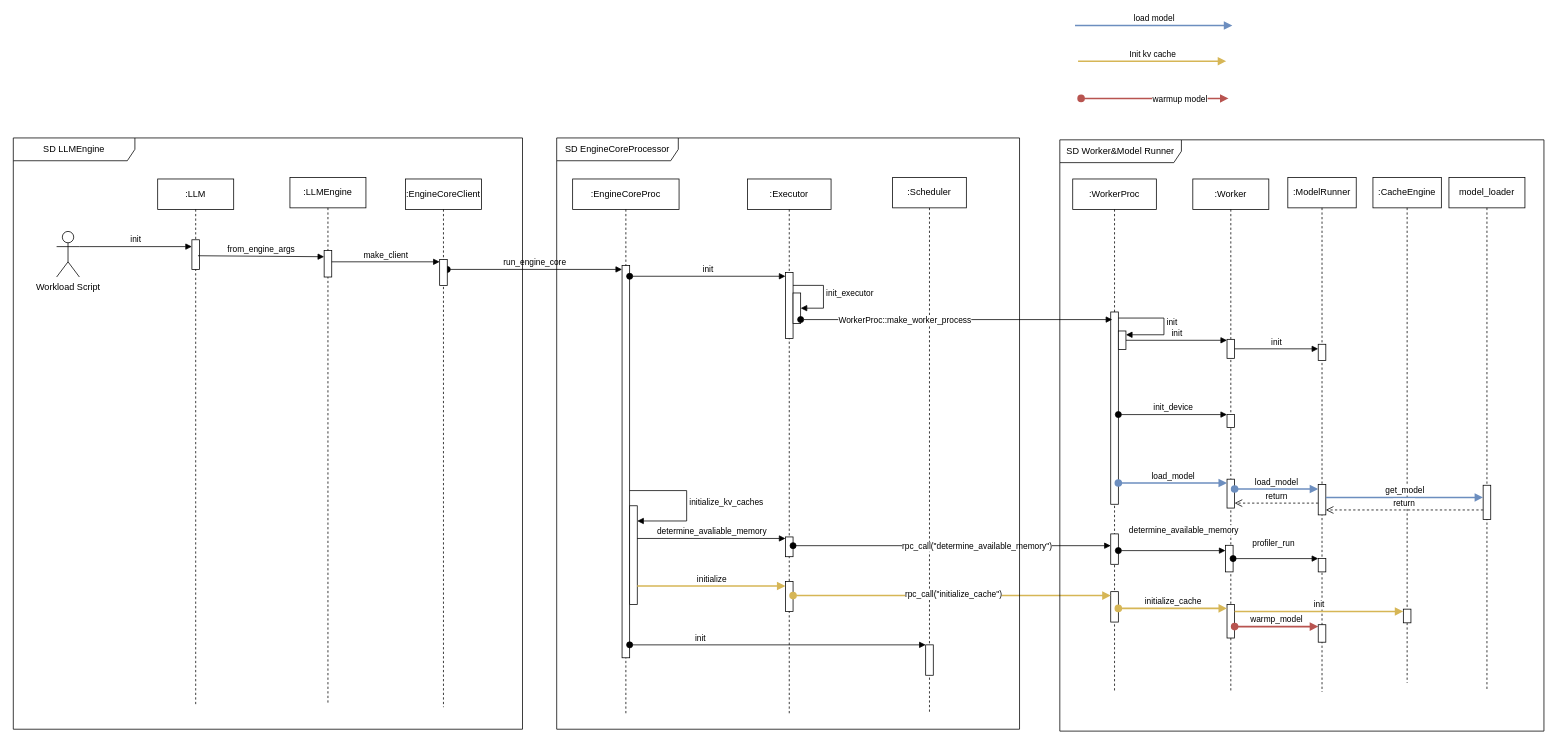
The draw.io diagram page "LLM.init" (2 of 10) of vllm/engine/vllm.drawio in chaojun-zhang/vllm, before the edit. Source tidied: cells renumbered, new cells numbered last; positions are measured from the earlier drawing's top-left corner, leaving out a move shared by most shapes. Both pictures are drawn from the tidied source at 76%, with x=0, y=0 at pixel (13, 25).
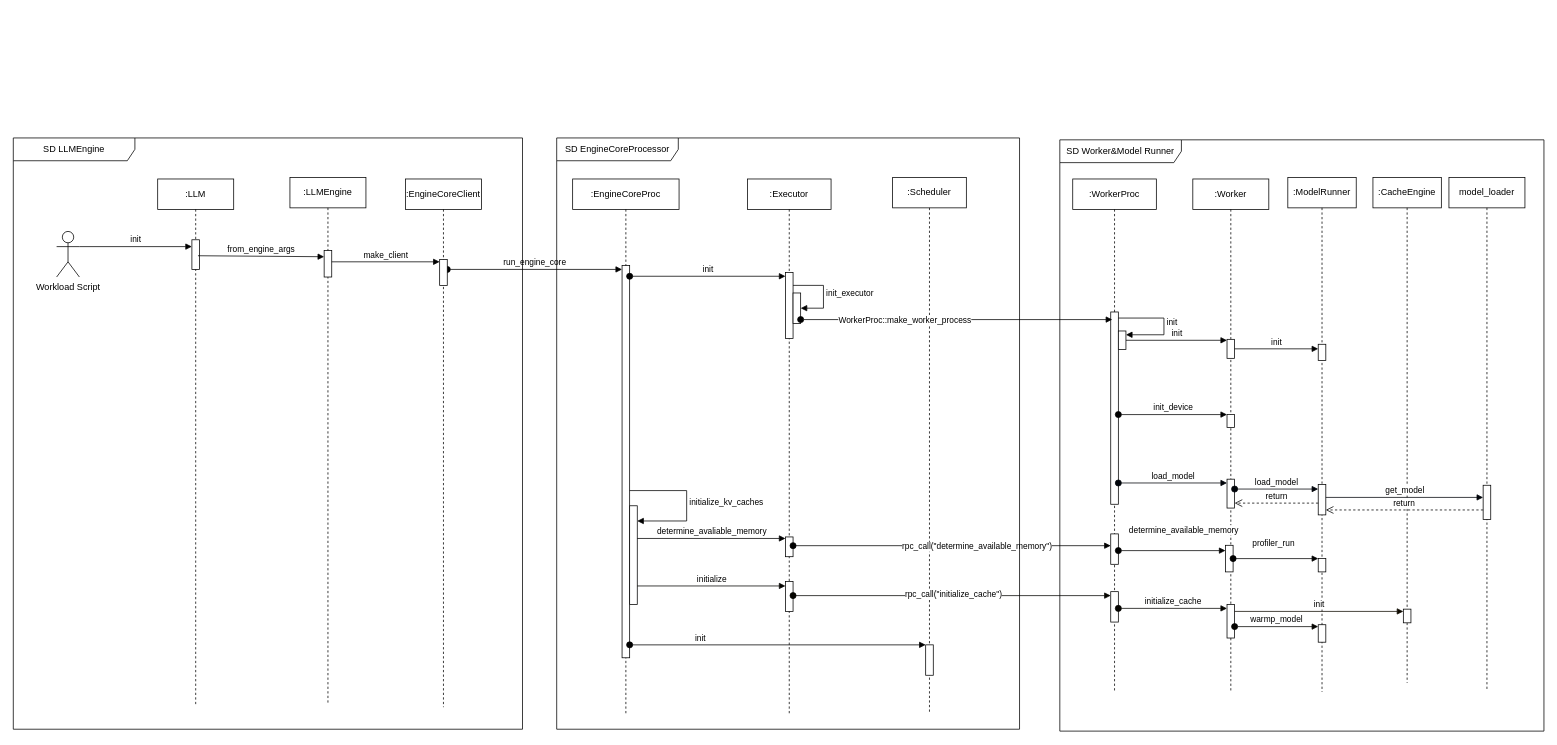
The same diagram, later.

The change refers to these unchanged cells:
```xml
<mxCell id="18" style="html=1;points=[[0,0,0,0,5],[0,1,0,0,-5],[1,0,0,0,5],[1,1,0,0,-5]];perimeter=orthogonalPerimeter;outlineConnect=0;targetShapes=umlLifeline;portConstraint=eastwest;newEdgeStyle={&quot;curved&quot;:0,&quot;rounded&quot;:0};" parent="17" vertex="1">
  <mxGeometry x="50" y="175" width="10" height="253" as="geometry" />
</mxCell>
<mxCell id="20" style="html=1;points=[[0,0,0,0,5],[0,1,0,0,-5],[1,0,0,0,5],[1,1,0,0,-5]];perimeter=orthogonalPerimeter;outlineConnect=0;targetShapes=umlLifeline;portConstraint=eastwest;newEdgeStyle={&quot;curved&quot;:0,&quot;rounded&quot;:0};" parent="17" vertex="1">
  <mxGeometry x="50" y="467" width="10" height="40" as="geometry" />
</mxCell>
<mxCell id="22" style="html=1;points=[[0,0,0,0,5],[0,1,0,0,-5],[1,0,0,0,5],[1,1,0,0,-5]];perimeter=orthogonalPerimeter;outlineConnect=0;targetShapes=umlLifeline;portConstraint=eastwest;newEdgeStyle={&quot;curved&quot;:0,&quot;rounded&quot;:0};" parent="21" vertex="1">
  <mxGeometry x="45" y="211" width="10" height="25" as="geometry" />
</mxCell>
<mxCell id="24" style="html=1;points=[[0,0,0,0,5],[0,1,0,0,-5],[1,0,0,0,5],[1,1,0,0,-5]];perimeter=orthogonalPerimeter;outlineConnect=0;targetShapes=umlLifeline;portConstraint=eastwest;newEdgeStyle={&quot;curved&quot;:0,&quot;rounded&quot;:0};" parent="21" vertex="1">
  <mxGeometry x="45" y="395" width="10" height="38" as="geometry" />
</mxCell>
<mxCell id="30" style="html=1;points=[[0,0,0,0,5],[0,1,0,0,-5],[1,0,0,0,5],[1,1,0,0,-5]];perimeter=orthogonalPerimeter;outlineConnect=0;targetShapes=umlLifeline;portConstraint=eastwest;newEdgeStyle={&quot;curved&quot;:0,&quot;rounded&quot;:0};" parent="29" vertex="1">
  <mxGeometry x="40" y="219.5" width="10" height="21.5" as="geometry" />
</mxCell>
<mxCell id="68" value="SD Worker&amp;amp;Model Runner" style="shape=umlFrame;whiteSpace=wrap;html=1;width=160;" parent="1" vertex="1">
  <mxGeometry x="1377" y="150.5" width="637" height="778" as="geometry" />
</mxCell>
```

What changed in the source:
```diff
@@
-    <mxCell id="32" value="init" style="html=1;verticalAlign=bottom;endArrow=block;curved=0;rounded=0;" parent="1" edge="1" source="22" target="30">
+    <mxCell id="32" value="init" style="html=1;verticalAlign=bottom;endArrow=block;curved=0;rounded=0;strokeWidth=1;" parent="1" edge="1" source="22" target="30">
       <mxGeometry relative="1" as="geometry" />
     </mxCell>
@@
-    <mxCell id="36" value="load_model" style="html=1;verticalAlign=bottom;startArrow=oval;endArrow=block;startSize=8;curved=0;rounded=0;entryX=0;entryY=0;entryDx=0;entryDy=5;fillColor=#dae8fc;strokeColor=#6c8ebf;strokeWidth=2;" parent="1" edge="1" source="18" target="24">
+    <mxCell id="36" value="load_model" style="html=1;verticalAlign=bottom;startArrow=oval;endArrow=block;startSize=8;curved=0;rounded=0;entryX=0;entryY=0;entryDx=0;entryDy=5;fillColor=#dae8fc;strokeColor=light-dark(#00040a, #5c79a3);strokeWidth=1;" parent="1" edge="1" source="18" target="24">
       <mxGeometry relative="1" as="geometry" />
     </mxCell>
-    <mxCell id="37" value="load_model" style="html=1;verticalAlign=bottom;startArrow=oval;endArrow=block;startSize=8;curved=0;rounded=0;fillColor=#dae8fc;strokeColor=#6c8ebf;strokeWidth=2;" parent="1" edge="1">
+    <mxCell id="37" value="load_model" style="html=1;verticalAlign=bottom;startArrow=oval;endArrow=block;startSize=8;curved=0;rounded=0;fillColor=#dae8fc;strokeColor=light-dark(#00040a, #5c79a3);strokeWidth=1;" parent="1" edge="1">
       <mxGeometry relative="1" as="geometry">
         <mxPoint x="1607" y="610" as="sourcePoint" />
         <mxPoint x="1717" y="610" as="targetPoint" />
       </mxGeometry>
     </mxCell>
@@
-    <mxCell id="40" value="get_model" style="html=1;verticalAlign=bottom;endArrow=block;curved=0;rounded=0;fillColor=#dae8fc;strokeColor=#6c8ebf;strokeWidth=2;" parent="1" edge="1">
+    <mxCell id="40" value="get_model" style="html=1;verticalAlign=bottom;endArrow=block;curved=0;rounded=0;fillColor=#dae8fc;strokeColor=light-dark(#00040a, #5c79a3);strokeWidth=1;" parent="1" edge="1">
       <mxGeometry relative="1" as="geometry">
         <mxPoint x="1727" y="621" as="sourcePoint" />
         <mxPoint x="1934" y="621" as="targetPoint" />
       </mxGeometry>
     </mxCell>
-    <mxCell id="41" style="html=1;verticalAlign=bottom;startArrow=oval;endArrow=block;startSize=8;curved=0;rounded=0;fillColor=#fff2cc;strokeColor=#d6b656;strokeWidth=2;" parent="1" edge="1">
+    <mxCell id="41" style="html=1;verticalAlign=bottom;startArrow=oval;endArrow=block;startSize=8;curved=0;rounded=0;fillColor=#fff2cc;strokeColor=light-dark(#050400, #6d5100);strokeWidth=1;" parent="1" edge="1">
       <mxGeometry x="23" y="295" as="geometry">
         <mxPoint x="1026" y="750.2" as="sourcePoint" />
         <mxPoint x="1444" y="750.2" as="targetPoint" />
       </mxGeometry>
     </mxCell>
@@
-    <mxCell id="43" value="initialize_cache" style="html=1;verticalAlign=bottom;startArrow=oval;endArrow=block;startSize=8;curved=0;rounded=0;entryX=0;entryY=0;entryDx=0;entryDy=5;fillColor=#fff2cc;strokeColor=#d6b656;strokeWidth=2;" parent="1" edge="1">
+    <mxCell id="43" value="initialize_cache" style="html=1;verticalAlign=bottom;startArrow=oval;endArrow=block;startSize=8;curved=0;rounded=0;entryX=0;entryY=0;entryDx=0;entryDy=5;fillColor=#fff2cc;strokeColor=light-dark(#050400, #6d5100);strokeWidth=1;" parent="1" edge="1">
       <mxGeometry relative="1" as="geometry">
         <mxPoint x="1454" y="767" as="sourcePoint" />
         <mxPoint x="1597" y="767" as="targetPoint" />
       </mxGeometry>
     </mxCell>
@@
-    <mxCell id="45" value="initialize" style="html=1;verticalAlign=bottom;endArrow=block;curved=0;rounded=0;entryX=0;entryY=0;entryDx=0;entryDy=5;entryPerimeter=0;fillColor=#fff2cc;strokeColor=#d6b656;strokeWidth=2;" parent="1" edge="1">
+    <mxCell id="45" value="initialize" style="html=1;verticalAlign=bottom;endArrow=block;curved=0;rounded=0;entryX=0;entryY=0;entryDx=0;entryDy=5;entryPerimeter=0;fillColor=#fff2cc;strokeColor=light-dark(#050400, #6d5100);strokeWidth=1;" parent="1" edge="1">
       <mxGeometry relative="1" as="geometry">
         <mxPoint x="821" y="737.5" as="sourcePoint" />
         <mxPoint x="1016" y="737.5" as="targetPoint" />
       </mxGeometry>
     </mxCell>
-    <mxCell id="46" style="html=1;verticalAlign=bottom;startArrow=oval;endArrow=block;startSize=8;curved=0;rounded=0;" parent="1" edge="1" target="20">
+    <mxCell id="46" style="html=1;verticalAlign=bottom;startArrow=oval;endArrow=block;startSize=8;curved=0;rounded=0;strokeWidth=1;" parent="1" edge="1" target="20">
       <mxGeometry x="23" y="295" as="geometry">
         <mxPoint x="1026" y="684.5" as="sourcePoint" />
       </mxGeometry>
     </mxCell>
@@
-    <mxCell id="59" value="Init kv cache" style="html=1;verticalAlign=bottom;endArrow=block;curved=0;rounded=0;entryX=0;entryY=0;entryDx=0;entryDy=5;entryPerimeter=0;fillColor=#fff2cc;strokeColor=#d6b656;strokeWidth=2;" parent="1" edge="1">
-      <mxGeometry relative="1" as="geometry">
-        <mxPoint x="1401" y="47" as="sourcePoint" />
-        <mxPoint x="1596" y="47" as="targetPoint" />
-      </mxGeometry>
-    </mxCell>
-    <mxCell id="60" style="html=1;verticalAlign=bottom;startArrow=oval;endArrow=block;startSize=8;curved=0;rounded=0;strokeWidth=2;fillColor=#f8cecc;strokeColor=#b85450;" parent="1" edge="1">
-      <mxGeometry x="23" y="295" as="geometry">
-        <mxPoint x="1405" y="96" as="sourcePoint" />
-        <mxPoint x="1599" y="96" as="targetPoint" />
-      </mxGeometry>
-    </mxCell>
-    <mxCell id="61" value="warmup model" style="edgeLabel;html=1;align=center;verticalAlign=middle;" parent="60" vertex="1">
-      <mxGeometry relative="1" as="geometry">
-        <mxPoint x="32" as="offset" />
-      </mxGeometry>
-    </mxCell>
-    <mxCell id="62" value="load model" style="html=1;verticalAlign=bottom;endArrow=block;curved=0;rounded=0;fillColor=#dae8fc;strokeColor=#6c8ebf;strokeWidth=2;" parent="1" edge="1">
-      <mxGeometry relative="1" as="geometry">
-        <mxPoint x="1397" as="sourcePoint" />
-        <mxPoint x="1604" as="targetPoint" />
-      </mxGeometry>
-    </mxCell>
@@
-    <mxCell id="65" value="warmp_model" style="html=1;verticalAlign=bottom;startArrow=oval;endArrow=block;startSize=8;curved=0;rounded=0;strokeWidth=2;fillColor=#f8cecc;strokeColor=#b85450;" parent="1" edge="1">
+    <mxCell id="65" value="warmp_model" style="html=1;verticalAlign=bottom;startArrow=oval;endArrow=block;startSize=8;curved=0;rounded=0;strokeWidth=1;fillColor=#f8cecc;strokeColor=light-dark(#050400, #6d5100);" parent="1" edge="1">
       <mxGeometry relative="1" as="geometry">
         <mxPoint x="1607" y="791" as="sourcePoint" />
         <mxPoint x="1717" y="791" as="targetPoint" />
       </mxGeometry>
     </mxCell>
@@
-    <mxCell id="70" value="init" style="html=1;verticalAlign=bottom;endArrow=block;curved=0;rounded=0;fillColor=#fff2cc;strokeColor=#d6b656;strokeWidth=2;" parent="68" edge="1">
+    <mxCell id="70" value="init" style="html=1;verticalAlign=bottom;endArrow=block;curved=0;rounded=0;fillColor=#fff2cc;strokeColor=light-dark(#0f0b00, #6d5100);strokeWidth=1;" parent="68" edge="1">
       <mxGeometry relative="1" as="geometry">
         <mxPoint x="230" y="620.5" as="sourcePoint" />
         <mxPoint x="452" y="620.5" as="targetPoint" />
       </mxGeometry>
     </mxCell>
```
